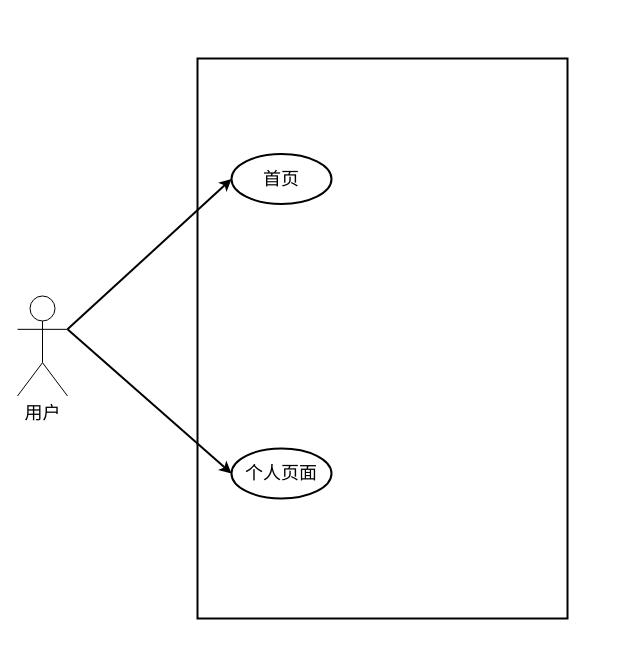
This is 用户角色图.drawio from OnetakeDL/iodraw-files, a draw.io file, before an edit. Source tidied: cells renumbered, new cells numbered last; positions are measured from the earlier drawing's top-left corner, leaving out a move shared by most shapes. Both pictures are drawn from the tidied source at 100%, with x=0, y=0 at pixel (17, 58).
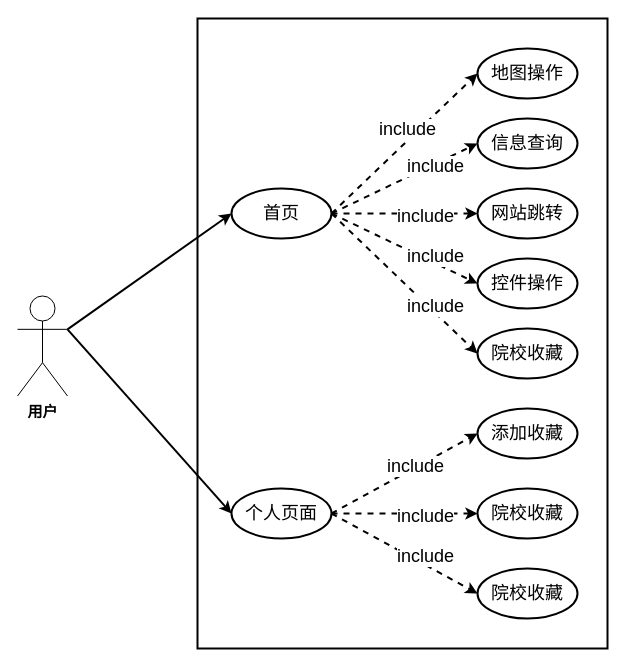
The same diagram, later.

Commit message (it also covers changes not shown here):
更新用户角色图.drawio

The edit, as a diff of the source:
```diff
@@
-    <mxCell id="2" value="&lt;font style=&quot;font-size: 18px;&quot;&gt;用户&lt;/font&gt;" style="shape=umlActor;verticalLabelPosition=bottom;verticalAlign=top;html=1;outlineConnect=0;" parent="1" vertex="1">
+    <mxCell id="2" value="&lt;font style=&quot;font-size: 15px;&quot;&gt;用户&lt;/font&gt;" style="shape=umlActor;verticalLabelPosition=bottom;verticalAlign=top;html=1;outlineConnect=0;fontSize=15;fontStyle=1;" parent="1" vertex="1">
       <mxGeometry y="237.5" width="50" height="100" as="geometry" />
     </mxCell>
     <mxCell id="3" style="rounded=0;whiteSpace=wrap;html=1;strokeWidth=2;" parent="1" vertex="1">
-      <mxGeometry x="180" width="370" height="560" as="geometry" />
+      <mxGeometry x="180" y="-40" width="410" height="630" as="geometry" />
     </mxCell>
+    <mxCell id="8" style="rounded=0;jettySize=auto;html=1;exitX=1;exitY=0.5;exitDx=0;exitDy=0;entryX=0;entryY=0.5;entryDx=0;entryDy=0;strokeWidth=2;dashed=1;" parent="1" edge="1" source="4" target="11">
+      <mxGeometry relative="1" as="geometry" />
+    </mxCell>
+    <mxCell id="9" value="&lt;font style=&quot;font-size: 18px;&quot;&gt;include&lt;/font&gt;" style="edgeLabel;html=1;align=center;verticalAlign=middle;" parent="8" vertex="1">
+      <mxGeometry x="0.26" y="5" relative="1" as="geometry">
+        <mxPoint x="-13" y="7" as="offset" />
+      </mxGeometry>
+    </mxCell>
     <mxCell id="4" value="&lt;font style=&quot;font-size: 18px;&quot;&gt;首页&lt;/font&gt;" style="ellipse;whiteSpace=wrap;html=1;strokeWidth=2;" parent="1" vertex="1">
-      <mxGeometry x="214" y="95.5" width="100" height="50" as="geometry" />
+      <mxGeometry x="214" y="130" width="100" height="50" as="geometry" />
     </mxCell>
     <mxCell id="5" value="&lt;span style=&quot;font-size: 18px;&quot;&gt;个人页面&lt;/span&gt;" style="ellipse;whiteSpace=wrap;html=1;strokeWidth=2;" parent="1" vertex="1">
-      <mxGeometry x="214" y="390" width="100" height="50" as="geometry" />
+      <mxGeometry x="214" y="430" width="100" height="50" as="geometry" />
     </mxCell>
@@
+    <mxCell id="10" value="&lt;font style=&quot;font-size: 18px;&quot;&gt;信息查询&lt;/font&gt;" style="ellipse;whiteSpace=wrap;html=1;strokeWidth=2;" parent="1" vertex="1">
+      <mxGeometry x="460" y="60" width="100" height="50" as="geometry" />
+    </mxCell>
+    <mxCell id="11" value="&lt;span style=&quot;font-size: 18px;&quot;&gt;地图操作&lt;/span&gt;" style="ellipse;whiteSpace=wrap;html=1;strokeWidth=2;" parent="1" vertex="1">
+      <mxGeometry x="460" y="-10" width="100" height="50" as="geometry" />
+    </mxCell>
+    <mxCell id="12" value="&lt;font style=&quot;font-size: 18px;&quot;&gt;网站跳转&lt;/font&gt;" style="ellipse;whiteSpace=wrap;html=1;strokeWidth=2;" parent="1" vertex="1">
+      <mxGeometry x="460" y="130" width="100" height="50" as="geometry" />
+    </mxCell>
+    <mxCell id="13" value="&lt;font style=&quot;font-size: 18px;&quot;&gt;控件操作&lt;/font&gt;" style="ellipse;whiteSpace=wrap;html=1;strokeWidth=2;" parent="1" vertex="1">
+      <mxGeometry x="460" y="200" width="100" height="50" as="geometry" />
+    </mxCell>
+    <mxCell id="14" value="&lt;span style=&quot;font-size: 18px;&quot;&gt;院校收藏&lt;/span&gt;" style="ellipse;whiteSpace=wrap;html=1;strokeWidth=2;" parent="1" vertex="1">
+      <mxGeometry x="460" y="270" width="100" height="50" as="geometry" />
+    </mxCell>
+    <mxCell id="15" style="rounded=0;jettySize=auto;html=1;exitX=1;exitY=0.5;exitDx=0;exitDy=0;entryX=0;entryY=0.5;entryDx=0;entryDy=0;strokeWidth=2;dashed=1;" parent="1" edge="1" source="4" target="10">
+      <mxGeometry relative="1" as="geometry" />
+    </mxCell>
+    <mxCell id="16" style="rounded=0;jettySize=auto;html=1;exitX=1;exitY=0.5;exitDx=0;exitDy=0;entryX=0;entryY=0.5;entryDx=0;entryDy=0;strokeWidth=2;dashed=1;" parent="1" edge="1" source="4" target="12">
+      <mxGeometry relative="1" as="geometry" />
+    </mxCell>
+    <mxCell id="17" style="rounded=0;jettySize=auto;html=1;exitX=1;exitY=0.5;exitDx=0;exitDy=0;entryX=0;entryY=0.5;entryDx=0;entryDy=0;strokeWidth=2;dashed=1;" parent="1" edge="1" source="4" target="13">
+      <mxGeometry relative="1" as="geometry" />
+    </mxCell>
+    <mxCell id="18" style="rounded=0;jettySize=auto;html=1;exitX=1;exitY=0.5;exitDx=0;exitDy=0;entryX=0;entryY=0.5;entryDx=0;entryDy=0;strokeWidth=2;dashed=1;" parent="1" edge="1" source="4" target="14">
+      <mxGeometry relative="1" as="geometry" />
+    </mxCell>
+    <mxCell id="19" value="&lt;font style=&quot;font-size: 18px;&quot;&gt;include&lt;/font&gt;" style="edgeLabel;html=1;align=center;verticalAlign=middle;" parent="1" vertex="1">
+      <mxGeometry x="380" y="90" as="geometry">
+        <mxPoint x="37" y="17" as="offset" />
+      </mxGeometry>
+    </mxCell>
+    <mxCell id="20" value="&lt;font style=&quot;font-size: 18px;&quot;&gt;include&lt;/font&gt;" style="edgeLabel;html=1;align=center;verticalAlign=middle;" parent="1" vertex="1">
+      <mxGeometry x="370" y="140" as="geometry">
+        <mxPoint x="37" y="17" as="offset" />
+      </mxGeometry>
+    </mxCell>
+    <mxCell id="21" value="&lt;font style=&quot;font-size: 18px;&quot;&gt;include&lt;/font&gt;" style="edgeLabel;html=1;align=center;verticalAlign=middle;" parent="1" vertex="1">
+      <mxGeometry x="380" y="180" as="geometry">
+        <mxPoint x="37" y="17" as="offset" />
+      </mxGeometry>
+    </mxCell>
+    <mxCell id="22" value="&lt;span style=&quot;font-size: 18px;&quot;&gt;include&lt;/span&gt;" style="edgeLabel;html=1;align=center;verticalAlign=middle;" parent="1" vertex="1">
+      <mxGeometry x="380" y="230" as="geometry">
+        <mxPoint x="37" y="17" as="offset" />
+      </mxGeometry>
+    </mxCell>
+    <mxCell id="23" value="&lt;span style=&quot;font-size: 18px;&quot;&gt;添加收藏&lt;/span&gt;" style="ellipse;whiteSpace=wrap;html=1;strokeWidth=2;" parent="1" vertex="1">
+      <mxGeometry x="460" y="350" width="100" height="50" as="geometry" />
+    </mxCell>
+    <mxCell id="24" value="&lt;span style=&quot;font-size: 18px;&quot;&gt;院校收藏&lt;/span&gt;" style="ellipse;whiteSpace=wrap;html=1;strokeWidth=2;" parent="1" vertex="1">
+      <mxGeometry x="460" y="510" width="100" height="50" as="geometry" />
+    </mxCell>
+    <mxCell id="25" style="rounded=0;jettySize=auto;html=1;exitX=1;exitY=0.5;exitDx=0;exitDy=0;entryX=0;entryY=0.5;entryDx=0;entryDy=0;strokeWidth=2;dashed=1;" parent="1" edge="1" source="5" target="23">
+      <mxGeometry relative="1" as="geometry" />
+    </mxCell>
+    <mxCell id="26" style="rounded=0;jettySize=auto;html=1;exitX=1;exitY=0.5;exitDx=0;exitDy=0;entryX=0;entryY=0.5;entryDx=0;entryDy=0;strokeWidth=2;dashed=1;" parent="1" edge="1" source="5" target="24">
+      <mxGeometry relative="1" as="geometry" />
+    </mxCell>
+    <mxCell id="27" value="&lt;span style=&quot;font-size: 18px;&quot;&gt;院校收藏&lt;/span&gt;" style="ellipse;whiteSpace=wrap;html=1;strokeWidth=2;" parent="1" vertex="1">
+      <mxGeometry x="460" y="430" width="100" height="50" as="geometry" />
+    </mxCell>
+    <mxCell id="28" style="rounded=0;jettySize=auto;html=1;exitX=1;exitY=0.5;exitDx=0;exitDy=0;entryX=0;entryY=0.5;entryDx=0;entryDy=0;strokeWidth=2;dashed=1;" parent="1" edge="1" source="5" target="27">
+      <mxGeometry relative="1" as="geometry" />
+    </mxCell>
+    <mxCell id="29" value="&lt;span style=&quot;font-size: 18px;&quot;&gt;include&lt;/span&gt;" style="edgeLabel;html=1;align=center;verticalAlign=middle;" parent="1" vertex="1">
+      <mxGeometry x="360" y="390" as="geometry">
+        <mxPoint x="37" y="17" as="offset" />
+      </mxGeometry>
+    </mxCell>
+    <mxCell id="30" value="&lt;span style=&quot;font-size: 18px;&quot;&gt;include&lt;/span&gt;" style="edgeLabel;html=1;align=center;verticalAlign=middle;" parent="1" vertex="1">
+      <mxGeometry x="370" y="440" as="geometry">
+        <mxPoint x="37" y="17" as="offset" />
+      </mxGeometry>
+    </mxCell>
+    <mxCell id="31" value="&lt;span style=&quot;font-size: 18px;&quot;&gt;include&lt;/span&gt;" style="edgeLabel;html=1;align=center;verticalAlign=middle;" parent="1" vertex="1">
+      <mxGeometry x="370" y="480" as="geometry">
+        <mxPoint x="37" y="17" as="offset" />
+      </mxGeometry>
+    </mxCell>
```
